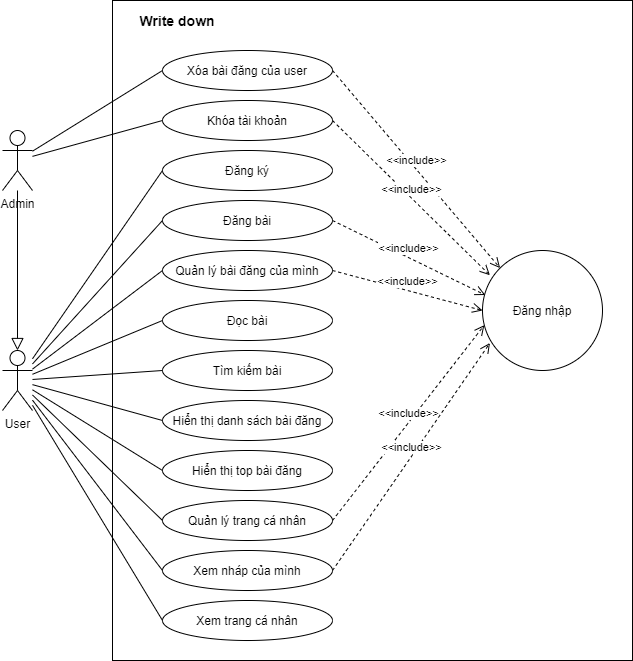
This is use_case/write_down.png from nghialuffy/write_down_project, a draw.io export, as it was before one commit. Source tidied: cells renumbered, new cells last; positions are measured from the earlier drawing's top-left corner, leaving out a move shared by most shapes.
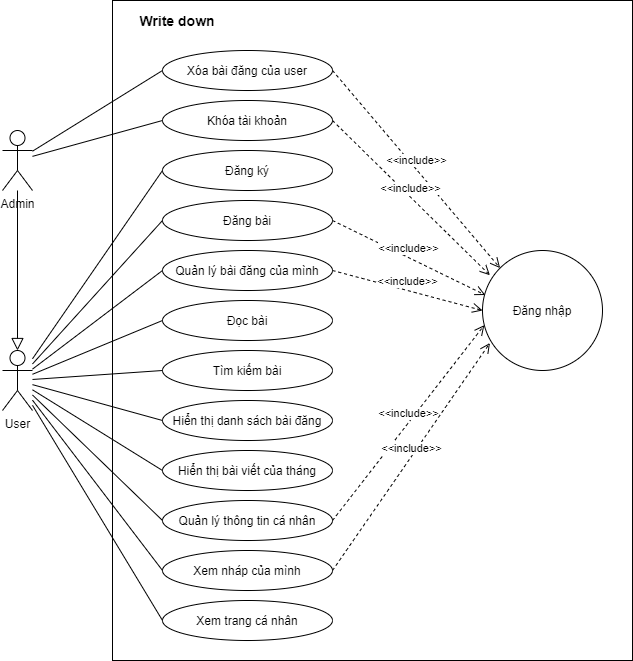
The same file after the commit.

Change to the diagram source:
```diff
@@ -29,7 +29,7 @@
     <mxCell id="10" value="Tìm kiếm bài" style="ellipse;whiteSpace=wrap;html=1;" parent="1" vertex="1">
       <mxGeometry x="160" y="350" width="170" height="40" as="geometry" />
     </mxCell>
-    <mxCell id="11" value="Quản lý trang cá nhân" style="ellipse;whiteSpace=wrap;html=1;" parent="1" vertex="1">
+    <mxCell id="11" value="Quản lý thông tin cá nhân" style="ellipse;whiteSpace=wrap;html=1;" parent="1" vertex="1">
       <mxGeometry x="160" y="500" width="170" height="40" as="geometry" />
     </mxCell>
     <mxCell id="12" value="Xem nháp của mình" style="ellipse;whiteSpace=wrap;html=1;" parent="1" vertex="1">
@@ -83,7 +83,7 @@
     <mxCell id="28" style="endArrow=none;html=1;entryX=0;entryY=0.5;entryDx=0;entryDy=0;" parent="1" edge="1" source="3" target="5">
       <mxGeometry relative="1" as="geometry" />
     </mxCell>
-    <mxCell id="29" value="Hiển thị top bài đăng" style="ellipse;whiteSpace=wrap;html=1;" parent="1" vertex="1">
+    <mxCell id="29" value="Hiển thị bài viết của tháng" style="ellipse;whiteSpace=wrap;html=1;" parent="1" vertex="1">
       <mxGeometry x="160" y="450" width="170" height="40" as="geometry" />
     </mxCell>
     <mxCell id="30" style="endArrow=none;html=1;entryX=0;entryY=0.5;entryDx=0;entryDy=0;" parent="1" edge="1" source="6" target="29">
```
